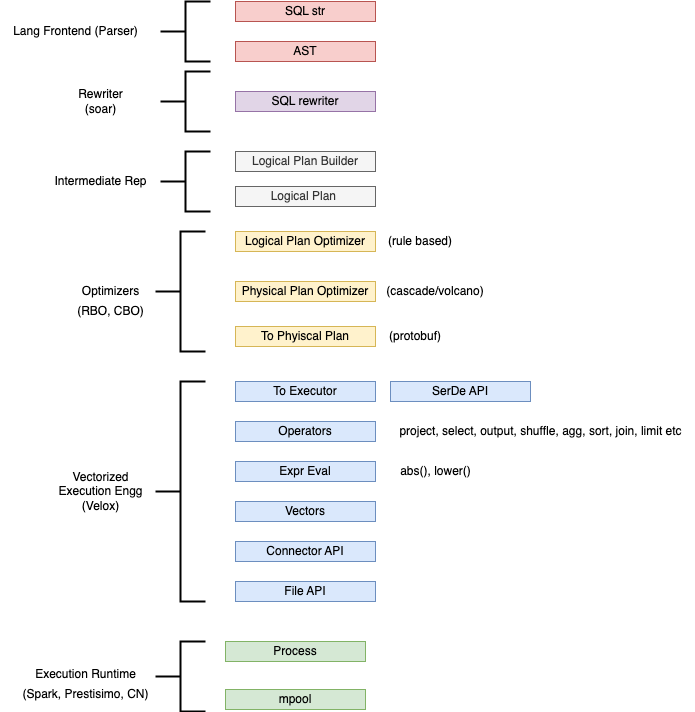
Before: docs/imgs/data_engine.png, a diagram exported from draw.io (dborchard/tiny-planner). Source tidied: cells renumbered, new cells last; positions are measured from the earlier drawing's top-left corner, leaving out a move shared by most shapes.
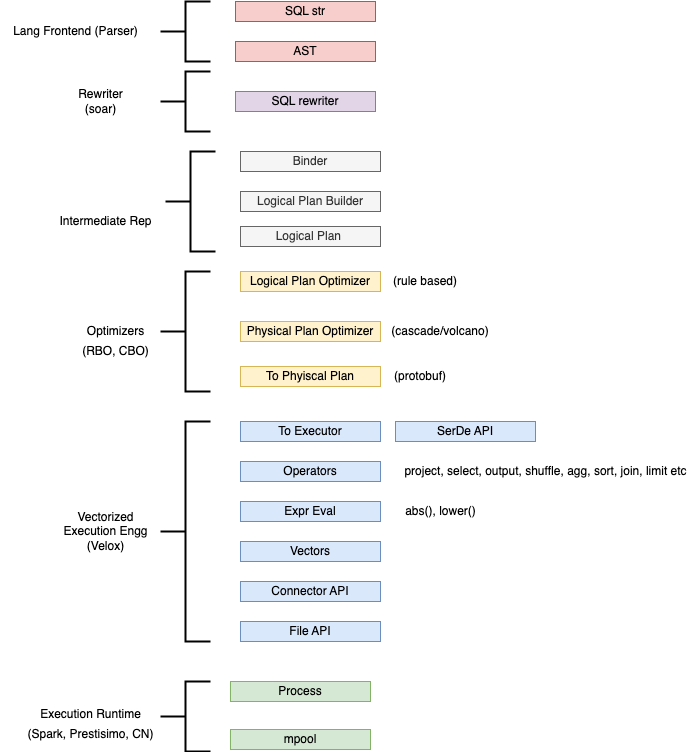
After the change.

Commit message:
Add Binder to the Diagram

Change to the diagram source:
```diff
@@ -3,10 +3,10 @@
     <mxCell id="0" />
     <mxCell id="1" parent="0" />
     <mxCell id="2" value="AST" style="rounded=0;whiteSpace=wrap;html=1;fillColor=#f8cecc;strokeColor=#b85450;" parent="1" vertex="1">
-      <mxGeometry x="235" y="40" width="140" height="20" as="geometry" />
+      <mxGeometry x="230" width="140" height="20" as="geometry" />
     </mxCell>
     <mxCell id="3" value="SQL str" style="rounded=0;whiteSpace=wrap;html=1;fillColor=#f8cecc;strokeColor=#b85450;" parent="1" vertex="1">
-      <mxGeometry x="235" width="140" height="20" as="geometry" />
+      <mxGeometry x="230" y="-40" width="140" height="20" as="geometry" />
     </mxCell>
     <mxCell id="4" value="Logical Plan Builder" style="rounded=0;whiteSpace=wrap;html=1;fillColor=#f5f5f5;strokeColor=#666666;fontColor=#333333;" parent="1" vertex="1">
       <mxGeometry x="235" y="150" width="140" height="20" as="geometry" />
@@ -36,7 +36,7 @@
       <mxGeometry x="235" y="460" width="140" height="20" as="geometry" />
     </mxCell>
     <mxCell id="13" style="strokeWidth=2;html=1;shape=mxgraph.flowchart.annotation_2;align=left;labelPosition=right;" parent="1" vertex="1">
-      <mxGeometry x="160" y="150" width="50" height="60" as="geometry" />
+      <mxGeometry x="160" y="110" width="50" height="100" as="geometry" />
     </mxCell>
     <mxCell id="14" value="Intermediate Rep" style="text;html=1;align=center;verticalAlign=middle;strokeColor=none;fillColor=none;" parent="1" vertex="1">
       <mxGeometry x="40" y="165" width="120" height="30" as="geometry" />
@@ -51,10 +51,10 @@
       <mxGeometry x="45" y="460" width="110" height="60" as="geometry" />
     </mxCell>
     <mxCell id="18" style="strokeWidth=2;html=1;shape=mxgraph.flowchart.annotation_2;align=left;labelPosition=right;" parent="1" vertex="1">
-      <mxGeometry x="160" width="50" height="60" as="geometry" />
+      <mxGeometry x="155" y="-40" width="50" height="60" as="geometry" />
     </mxCell>
     <mxCell id="19" value="Lang Frontend (Parser)" style="text;html=1;align=center;verticalAlign=middle;strokeColor=none;fillColor=none;" parent="1" vertex="1">
-      <mxGeometry y="15" width="150" height="30" as="geometry" />
+      <mxGeometry x="-5" y="-25" width="150" height="30" as="geometry" />
     </mxCell>
     <mxCell id="20" value="(protobuf)" style="text;html=1;strokeColor=none;fillColor=none;align=center;verticalAlign=middle;whiteSpace=wrap;rounded=0;" parent="1" vertex="1">
       <mxGeometry x="385" y="320" width="60" height="30" as="geometry" />
@@ -102,13 +102,16 @@
       <mxGeometry x="65" y="295" width="90" height="30" as="geometry" />
     </mxCell>
     <mxCell id="35" style="strokeWidth=2;html=1;shape=mxgraph.flowchart.annotation_2;align=left;labelPosition=right;" parent="1" vertex="1">
-      <mxGeometry x="160" y="70" width="50" height="60" as="geometry" />
+      <mxGeometry x="155" y="30" width="50" height="60" as="geometry" />
     </mxCell>
     <mxCell id="36" value="Rewriter&lt;br&gt;(soar)" style="text;html=1;align=center;verticalAlign=middle;strokeColor=none;fillColor=none;" parent="1" vertex="1">
-      <mxGeometry x="65" y="80" width="70" height="40" as="geometry" />
+      <mxGeometry x="60" y="40" width="70" height="40" as="geometry" />
     </mxCell>
     <mxCell id="37" value="SQL rewriter" style="rounded=0;whiteSpace=wrap;html=1;fillColor=#e1d5e7;strokeColor=#9673a6;" parent="1" vertex="1">
-      <mxGeometry x="235" y="90" width="140" height="20" as="geometry" />
+      <mxGeometry x="230" y="50" width="140" height="20" as="geometry" />
     </mxCell>
+    <mxCell id="38" value="Binder" style="rounded=0;whiteSpace=wrap;html=1;fillColor=#f5f5f5;strokeColor=#666666;fontColor=#333333;" parent="1" vertex="1">
+      <mxGeometry x="235" y="110" width="140" height="20" as="geometry" />
+    </mxCell>
   </root>
 </mxGraphModel>
```
